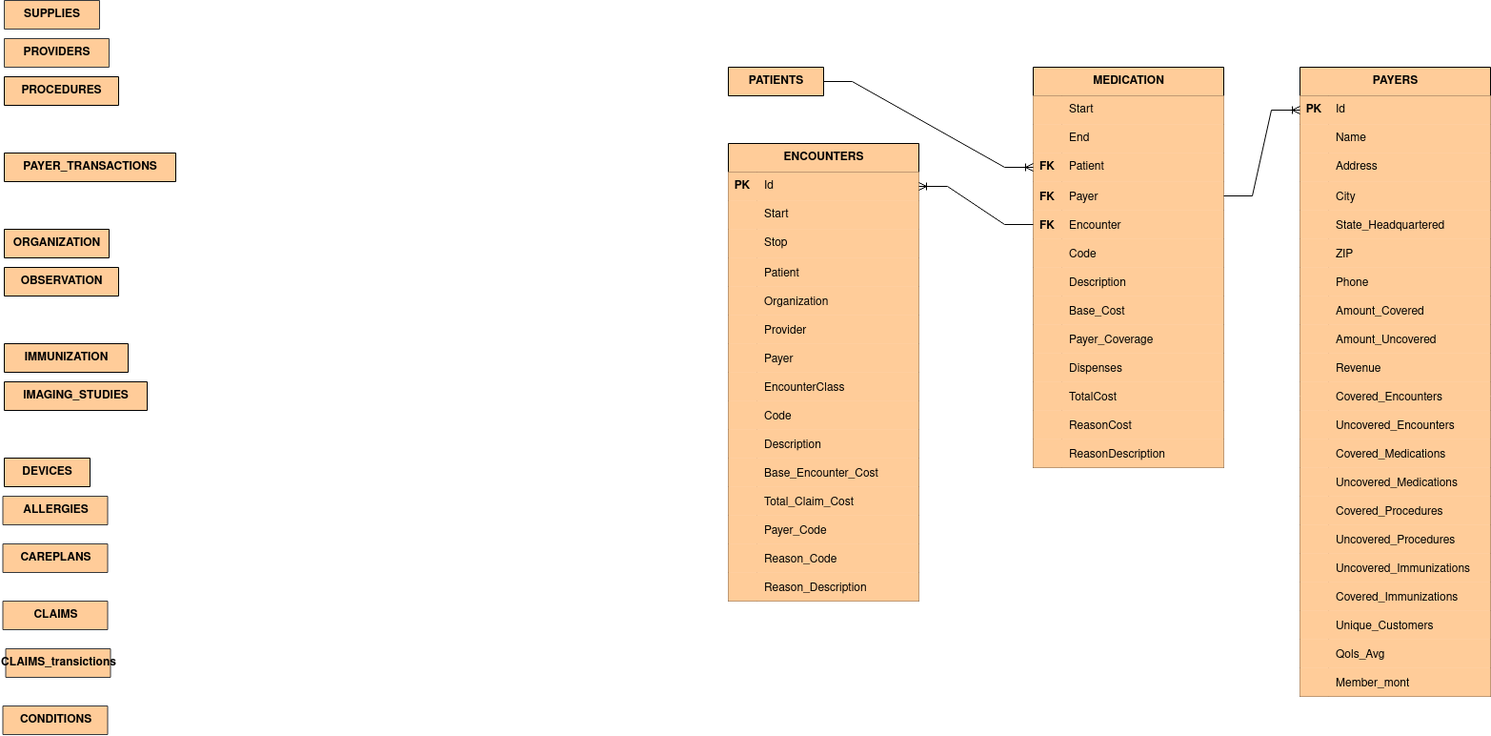
Earlier version of the draw.io export BigDataProject.drawio.png (UtsuroNoArashi/BigDataProject). Source tidied: cells renumbered, new cells last; positions are measured from the earlier drawing's top-left corner, leaving out a move shared by most shapes.
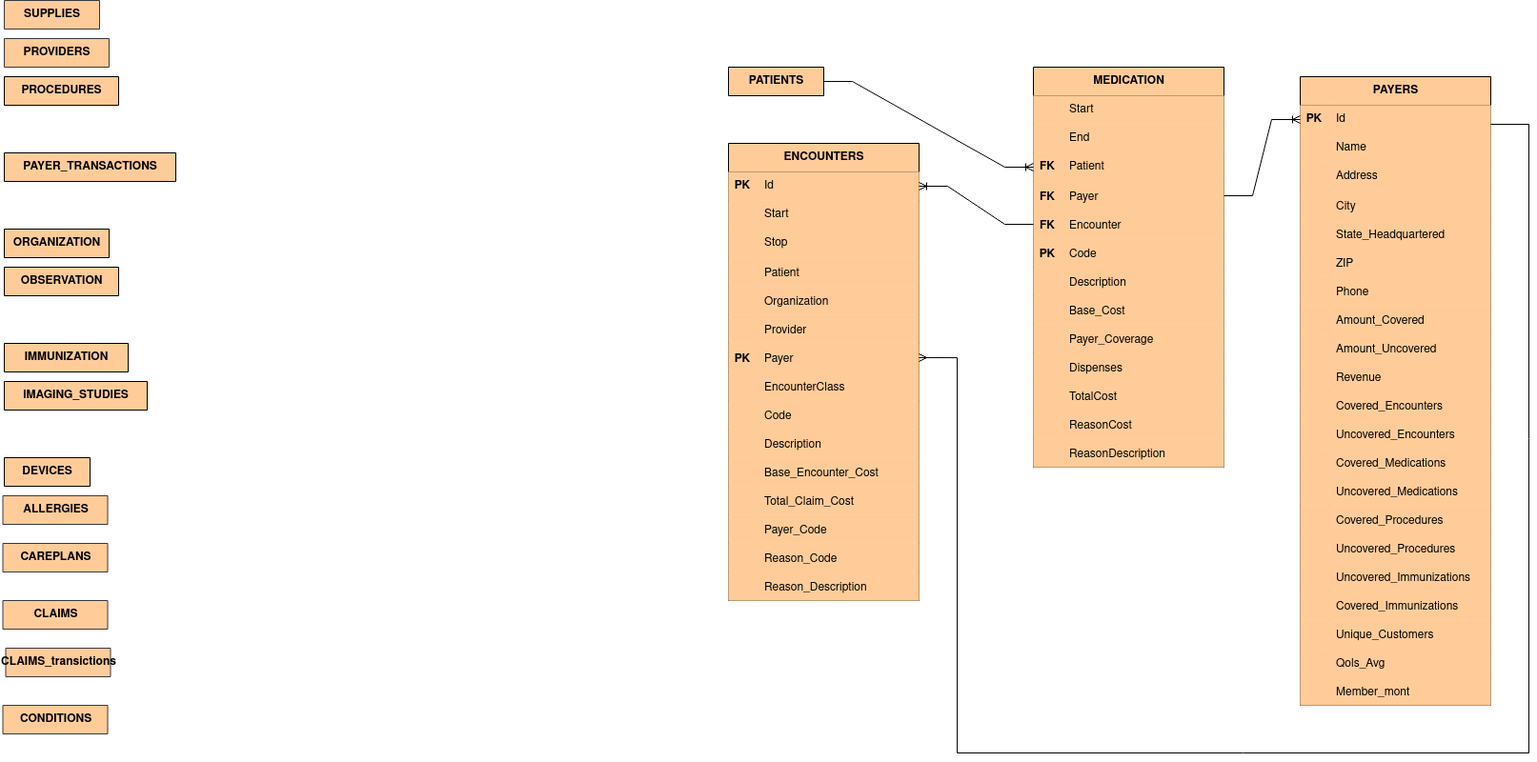
After the commit.

Change to the diagram source:
```diff
@@ -21,7 +21,7 @@
       <mxGeometry x="0.5" y="630" width="110" height="30" as="geometry" />
     </mxCell>
     <mxCell id="8" value="&lt;div&gt;PAYERS&lt;/div&gt;" style="shape=table;startSize=30;rowLines=0;fontStyle=1;align=center;html=1;fontColor=light-dark(#000000,#000000);fillColor=light-dark(#FFCC99,#B98351);" parent="1" vertex="1">
-      <mxGeometry x="1362" y="70" width="200" height="660" as="geometry" />
+      <mxGeometry x="1362" y="80" width="200" height="660" as="geometry" />
     </mxCell>
     <mxCell id="9" style="shape=tableRow;horizontal=0;startSize=0;swimlaneHead=0;swimlaneBody=0;fillColor=light-dark(#FFCC99,#B98351);points=[[0,0.5],[1,0.5]];portConstraint=eastwest;top=0;left=0;right=0;bottom=0;fontColor=light-dark(#000000,#000000);" parent="8" vertex="1">
       <mxGeometry y="30" width="200" height="30" as="geometry" />
@@ -275,7 +275,7 @@
     <mxCell id="92" style="shape=tableRow;horizontal=0;startSize=0;swimlaneHead=0;swimlaneBody=0;fillColor=light-dark(#FFCC99,#B98351);top=0;left=0;right=0;bottom=0;fontColor=light-dark(#000000,#000000);" parent="76" vertex="1">
       <mxGeometry y="180" width="200" height="30" as="geometry" />
     </mxCell>
-    <mxCell id="93" style="shape=partialRectangle;fillColor=light-dark(#FFCC99,#B98351);top=0;left=0;bottom=0;right=0;overflow=hidden;fontColor=light-dark(#000000,#000000);" parent="92" vertex="1">
+    <mxCell id="93" value="PK" style="shape=partialRectangle;fillColor=light-dark(#FFCC99,#B98351);top=0;left=0;bottom=0;right=0;overflow=hidden;fontColor=light-dark(#000000,#000000);fontStyle=1;" parent="92" vertex="1">
       <mxGeometry width="30" height="30" as="geometry" />
     </mxCell>
     <mxCell id="94" value="Code" style="shape=partialRectangle;fillColor=light-dark(#FFCC99,#B98351);top=0;left=0;bottom=0;right=0;align=left;spacingLeft=6;overflow=hidden;fontColor=light-dark(#000000,#000000);" parent="92" vertex="1">
@@ -416,7 +416,7 @@
     <mxCell id="139" style="shape=tableRow;horizontal=0;startSize=0;swimlaneHead=0;swimlaneBody=0;fillColor=light-dark(#FFCC99,#B98351);points=[[0,0.5],[1,0.5]];portConstraint=eastwest;top=0;left=0;right=0;bottom=0;fontColor=light-dark(#000000,#000000);" parent="120" vertex="1">
       <mxGeometry y="210" width="200" height="30" as="geometry" />
     </mxCell>
-    <mxCell id="140" style="shape=partialRectangle;fillColor=light-dark(#FFCC99,#B98351);top=0;left=0;bottom=0;right=0;overflow=hidden;fontColor=light-dark(#000000,#000000);" parent="139" vertex="1">
+    <mxCell id="140" value="PK" style="shape=partialRectangle;fillColor=light-dark(#FFCC99,#B98351);top=0;left=0;bottom=0;right=0;overflow=hidden;fontColor=light-dark(#000000,#000000);fontStyle=1;" parent="139" vertex="1">
       <mxGeometry width="30" height="30" as="geometry" />
     </mxCell>
     <mxCell id="141" value="Payer" style="shape=partialRectangle;fillColor=light-dark(#FFCC99,#B98351);top=0;left=0;bottom=0;right=0;align=left;spacingLeft=6;overflow=hidden;fontColor=light-dark(#000000,#000000);" parent="139" vertex="1">
@@ -503,5 +503,16 @@
     <mxCell id="168" style="edgeStyle=entityRelationEdgeStyle;fontSize=12;html=1;endArrow=ERoneToMany;rounded=0;entryX=1;entryY=0.5;entryDx=0;entryDy=0;exitX=0;exitY=0.5;exitDx=0;exitDy=0;" parent="1" edge="1" source="89" target="121">
       <mxGeometry relative="1" as="geometry" />
     </mxCell>
+    <mxCell id="169" style="edgeStyle=orthogonalEdgeStyle;rounded=0;jettySize=auto;html=1;exitX=1;exitY=0.5;exitDx=0;exitDy=0;endArrow=none;endFill=0;startFill=0;startArrow=ERmany;" parent="1" edge="1" source="139">
+      <mxGeometry relative="1" as="geometry">
+        <mxPoint x="1562" y="130" as="targetPoint" />
+        <Array as="points">
+          <mxPoint x="1002" y="375" />
+          <mxPoint x="1002" y="790" />
+          <mxPoint x="1602" y="790" />
+          <mxPoint x="1602" y="130" />
+        </Array>
+      </mxGeometry>
+    </mxCell>
   </root>
 </mxGraphModel>
```
